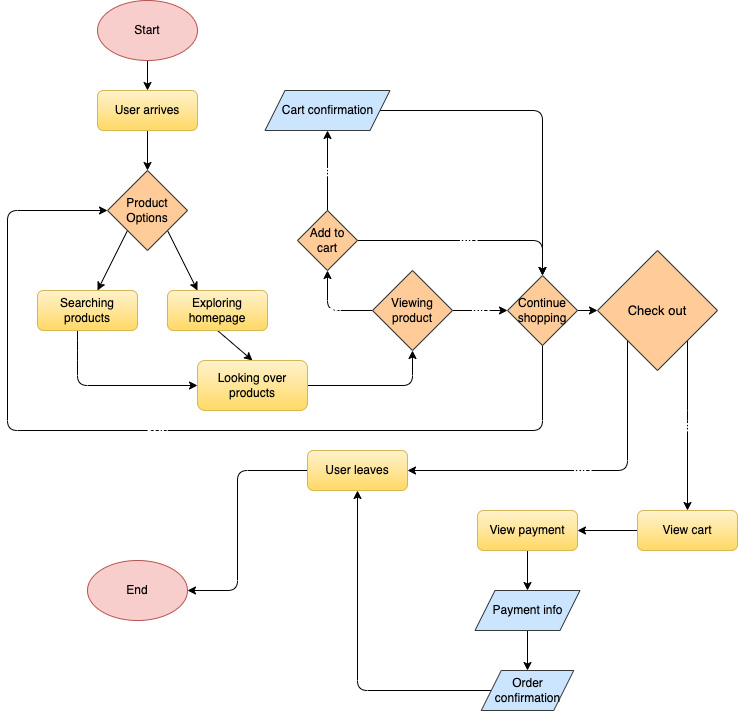
Earlier version of the draw.io export explore/diagramming/diagram.drawio.png (jgeng99/sp23-cse110-lab4). Source tidied: cells renumbered, new cells last; positions are measured from the earlier drawing's top-left corner, leaving out a move shared by most shapes.
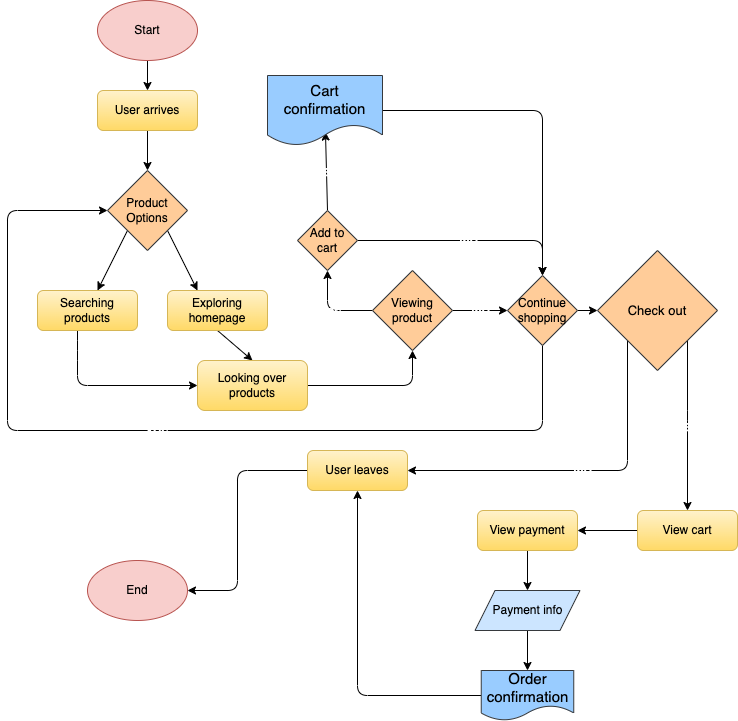
The same diagram one commit later.

The edit, as a diff of the source:
```diff
@@ -68,7 +68,7 @@
     <mxCell id="17" value="&lt;font color=&quot;#000000&quot;&gt;Viewing product&lt;/font&gt;" style="rhombus;whiteSpace=wrap;html=1;fillColor=#ffcc99;strokeColor=#36393d;" parent="1" vertex="1">
       <mxGeometry x="365" y="270" width="80" height="80" as="geometry" />
     </mxCell>
-    <mxCell id="18" value="&lt;font style=&quot;font-size: 15px;&quot;&gt;Yes&lt;/font&gt;" style="edgeStyle=none;html=1;exitX=0.5;exitY=0;exitDx=0;exitDy=0;entryX=0.5;entryY=1;entryDx=0;entryDy=0;labelBackgroundColor=none;fontColor=#FFFFFF;" parent="1" edge="1" source="20" target="25">
+    <mxCell id="18" value="&lt;font style=&quot;font-size: 15px;&quot;&gt;Yes&lt;/font&gt;" style="edgeStyle=none;html=1;exitX=0.5;exitY=0;exitDx=0;exitDy=0;entryX=0.504;entryY=0.808;entryDx=0;entryDy=0;labelBackgroundColor=none;fontColor=#FFFFFF;entryPerimeter=0;" parent="1" edge="1" source="20" target="25">
       <mxGeometry relative="1" as="geometry" />
     </mxCell>
     <mxCell id="19" value="No" style="edgeStyle=none;html=1;exitX=1;exitY=0.5;exitDx=0;exitDy=0;entryX=0.5;entryY=0;entryDx=0;entryDy=0;labelBackgroundColor=none;fontSize=15;fontColor=#FFFFFF;" parent="1" edge="1" source="20" target="23">
@@ -96,16 +96,13 @@
     <mxCell id="23" value="&lt;font color=&quot;#000000&quot;&gt;Continue shopping&lt;/font&gt;" style="rhombus;whiteSpace=wrap;html=1;fillColor=#ffcc99;strokeColor=#36393d;" parent="1" vertex="1">
       <mxGeometry x="500" y="275" width="70" height="70" as="geometry" />
     </mxCell>
-    <mxCell id="24" style="edgeStyle=none;html=1;exitX=1;exitY=0.5;exitDx=0;exitDy=0;labelBackgroundColor=none;fontColor=#FFFFFF;entryX=0.5;entryY=0;entryDx=0;entryDy=0;" parent="1" edge="1" source="25" target="23">
+    <mxCell id="24" style="edgeStyle=none;html=1;labelBackgroundColor=none;fontColor=#FFFFFF;entryX=0.5;entryY=0;entryDx=0;entryDy=0;exitX=1;exitY=0.5;exitDx=0;exitDy=0;" parent="1" edge="1" source="25" target="23">
       <mxGeometry relative="1" as="geometry">
         <Array as="points">
           <mxPoint x="535" y="110" />
         </Array>
       </mxGeometry>
     </mxCell>
-    <mxCell id="25" value="&lt;font color=&quot;#000000&quot;&gt;Cart confirmation&lt;br&gt;&lt;/font&gt;" style="shape=parallelogram;perimeter=parallelogramPerimeter;whiteSpace=wrap;html=1;fixedSize=1;fillColor=#cce5ff;strokeColor=#36393d;" parent="1" vertex="1">
-      <mxGeometry x="257.5" y="90" width="125" height="40" as="geometry" />
-    </mxCell>
     <mxCell id="26" value="&lt;font style=&quot;font-size: 15px;&quot;&gt;No&lt;/font&gt;" style="edgeStyle=none;html=1;exitX=0;exitY=1;exitDx=0;exitDy=0;entryX=1;entryY=0.5;entryDx=0;entryDy=0;labelBackgroundColor=none;fontSize=13;fontColor=#FFFFFF;" parent="1" edge="1" source="28" target="31">
       <mxGeometry relative="1" as="geometry">
         <Array as="points">
@@ -149,21 +146,26 @@
     <mxCell id="35" value="&lt;font color=&quot;#000000&quot;&gt;View payment&lt;br&gt;&lt;/font&gt;" style="rounded=1;whiteSpace=wrap;html=1;fillColor=#fff2cc;strokeColor=#d6b656;gradientColor=#ffd966;" parent="1" vertex="1">
       <mxGeometry x="470" y="510" width="100" height="40" as="geometry" />
     </mxCell>
-    <mxCell id="36" style="edgeStyle=none;html=1;labelBackgroundColor=none;fontSize=15;fontColor=#FFFFFF;" parent="1" edge="1" source="38" target="39">
-      <mxGeometry relative="1" as="geometry" />
+    <mxCell id="36" style="edgeStyle=none;html=1;labelBackgroundColor=none;fontSize=15;fontColor=#FFFFFF;" parent="1" edge="1" source="38">
+      <mxGeometry relative="1" as="geometry">
+        <mxPoint x="520" y="670" as="targetPoint" />
+      </mxGeometry>
     </mxCell>
     <mxCell id="37" style="edgeStyle=none;html=1;exitX=0;exitY=0.5;exitDx=0;exitDy=0;entryX=0.5;entryY=1;entryDx=0;entryDy=0;labelBackgroundColor=none;fontSize=15;fontColor=#FFFFFF;" parent="1" edge="1" source="39" target="31">
       <mxGeometry relative="1" as="geometry">
         <Array as="points">
-          <mxPoint x="350" y="690" />
+          <mxPoint x="350" y="695" />
         </Array>
       </mxGeometry>
     </mxCell>
     <mxCell id="38" value="&lt;font color=&quot;#000000&quot;&gt;Payment info&lt;br&gt;&lt;/font&gt;" style="shape=parallelogram;perimeter=parallelogramPerimeter;whiteSpace=wrap;html=1;fixedSize=1;fillColor=#cce5ff;strokeColor=#36393d;" parent="1" vertex="1">
       <mxGeometry x="467.5" y="590" width="105" height="40" as="geometry" />
     </mxCell>
+    <mxCell id="25" value="&lt;font color=&quot;#000000&quot;&gt;Cart confirmation&lt;/font&gt;" style="shape=document;whiteSpace=wrap;html=1;boundedLbl=1;fontSize=15;fillColor=#99CCFF;strokeColor=#36393d;" parent="1" vertex="1">
+      <mxGeometry x="260" y="75" width="115" height="70" as="geometry" />
+    </mxCell>
-    <mxCell id="39" value="&lt;font color=&quot;#000000&quot;&gt;Order confirmation&lt;br&gt;&lt;/font&gt;" style="shape=parallelogram;perimeter=parallelogramPerimeter;whiteSpace=wrap;html=1;fixedSize=1;fillColor=#cce5ff;strokeColor=#36393d;" parent="1" vertex="1">
-      <mxGeometry x="473.8" y="670" width="92.5" height="40" as="geometry" />
+    <mxCell id="39" value="&lt;font color=&quot;#000000&quot;&gt;Order confirmation&lt;/font&gt;" style="shape=document;whiteSpace=wrap;html=1;boundedLbl=1;fontSize=15;fillColor=#99CCFF;strokeColor=#36393d;" parent="1" vertex="1">
+      <mxGeometry x="473.8" y="670" width="92.5" height="50" as="geometry" />
     </mxCell>
   </root>
 </mxGraphModel>
```
